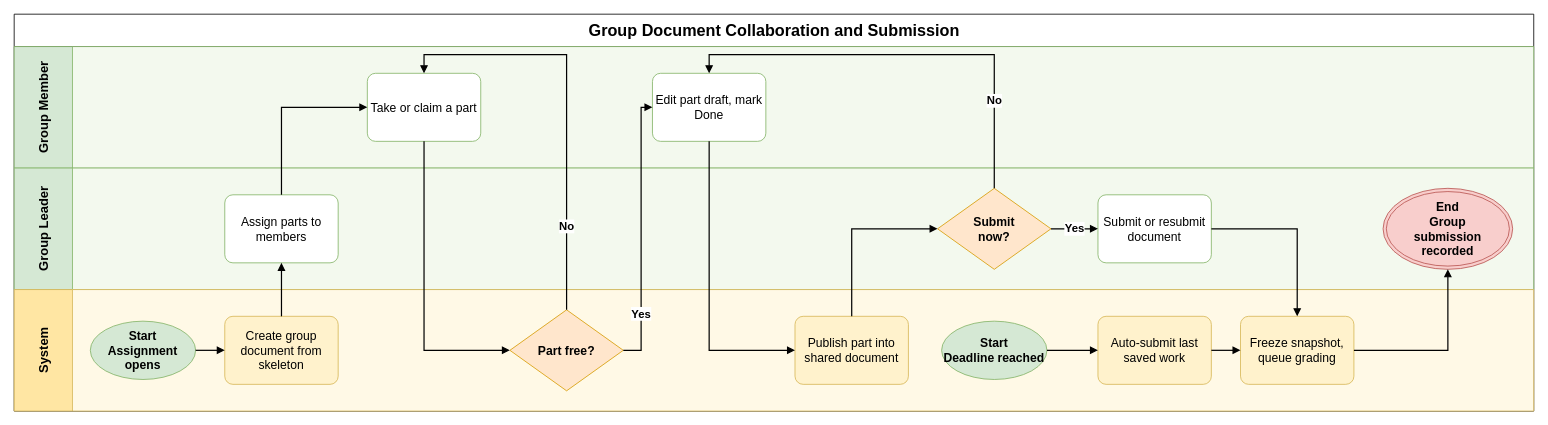
This is aidlc-docs/inception/main-business-flows/BF-05-Group-Document-Collaboration-and-Submission.drawio from hygef-v4/AI-Powered-Learning-Platform, a draw.io file, before an edit. Source tidied: cells renumbered, new cells numbered last; positions are measured from the earlier drawing's top-left corner, leaving out a move shared by most shapes. Both pictures are drawn from the tidied source at 81%, with x=0, y=0 at pixel (14, 14).
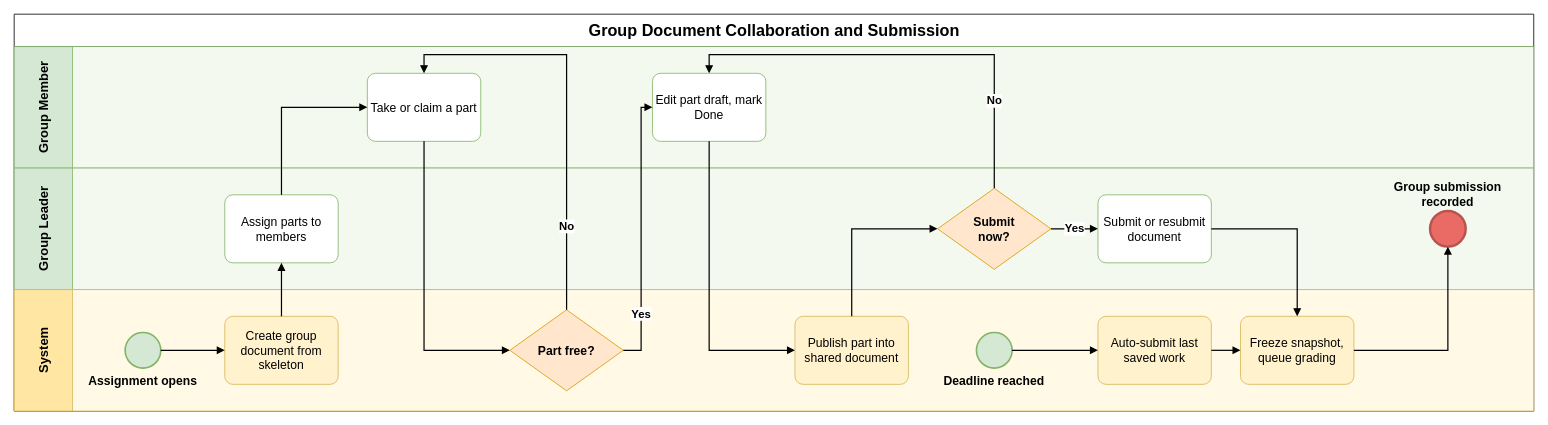
Above is the later version.

Unchanged cells that the change refers to:
```xml
<mxCell id="4" value="Group Leader" style="swimlane;startSize=72;horizontal=0;html=1;whiteSpace=wrap;fillColor=#D5E8D4;swimlaneFillColor=#F3F9EE;strokeColor=#82B366;fontSize=16;fontStyle=1;align=center;verticalAlign=middle;spacing=4;" parent="2" vertex="1">
  <mxGeometry y="190" width="1876" height="150" as="geometry" />
</mxCell>
<mxCell id="5" value="System" style="swimlane;startSize=72;horizontal=0;html=1;whiteSpace=wrap;fillColor=#FFE6A3;swimlaneFillColor=#FFF9E6;strokeColor=#D6B656;fontSize=16;fontStyle=1;align=center;verticalAlign=middle;spacing=4;" parent="2" vertex="1">
  <mxGeometry y="340" width="1876" height="150" as="geometry" />
</mxCell>
```

Change to the diagram source:
```diff
@@
-    <mxCell id="6" value="Start&lt;br&gt;Assignment opens" style="ellipse;whiteSpace=wrap;html=1;fillColor=#D5E8D4;strokeColor=#82B366;fontStyle=1;fontSize=15;" parent="5" vertex="1">
-      <mxGeometry x="94" y="39" width="130" height="72" as="geometry" />
+    <mxCell id="6" value="Assignment opens" style="ellipse;html=1;fillColor=#D5E8D4;strokeColor=#82B366;strokeWidth=2;fontStyle=1;fontSize=15;whiteSpace=wrap;verticalLabelPosition=bottom;verticalAlign=top;labelPosition=center;align=center;labelWidth=150;" parent="5" vertex="1">
+      <mxGeometry x="137" y="53" width="44" height="44" as="geometry" />
     </mxCell>
@@
-    <mxCell id="15" value="Start&lt;br&gt;Deadline reached" style="ellipse;whiteSpace=wrap;html=1;fillColor=#D5E8D4;strokeColor=#82B366;fontStyle=1;fontSize=15;" parent="5" vertex="1">
-      <mxGeometry x="1145" y="39" width="130" height="72" as="geometry" />
+    <mxCell id="15" value="Deadline reached" style="ellipse;html=1;fillColor=#D5E8D4;strokeColor=#82B366;strokeWidth=2;fontStyle=1;fontSize=15;whiteSpace=wrap;verticalLabelPosition=bottom;verticalAlign=top;labelPosition=center;align=center;labelWidth=150;" parent="5" vertex="1">
+      <mxGeometry x="1188" y="53" width="44" height="44" as="geometry" />
     </mxCell>
@@
-    <mxCell id="18" value="End&lt;br&gt;Group submission recorded" style="ellipse;shape=doubleEllipse;whiteSpace=wrap;html=1;fillColor=#F8CECC;strokeColor=#B85450;fontStyle=1;fontSize=15;spacingLeft=26;spacingRight=26;" parent="4" vertex="1">
-      <mxGeometry x="1690" y="25" width="160" height="100" as="geometry" />
+    <mxCell id="18" value="Group submission recorded" style="ellipse;html=1;fillColor=#EA6B66;strokeColor=#B85450;strokeWidth=3;fontStyle=1;fontSize=15;whiteSpace=wrap;verticalLabelPosition=top;verticalAlign=bottom;labelPosition=center;align=center;labelWidth=150;" parent="4" vertex="1">
+      <mxGeometry x="1748" y="53" width="44" height="44" as="geometry" />
     </mxCell>
```
